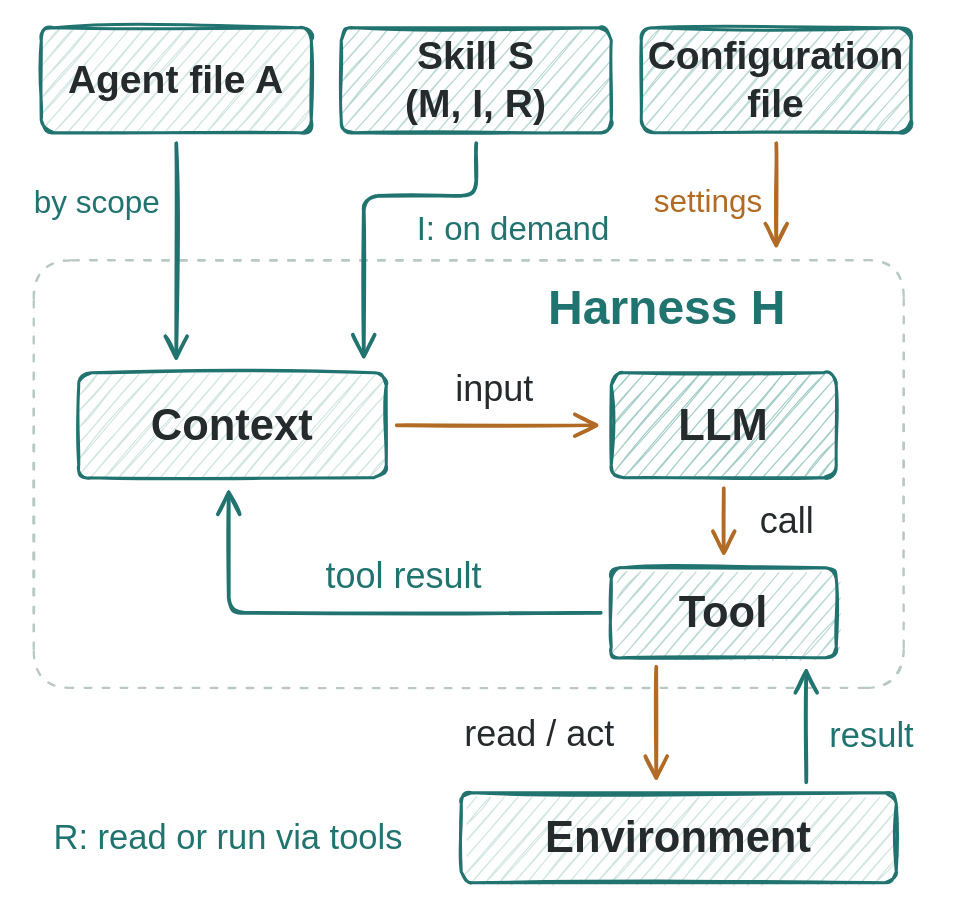
Before: assets/skills_and_harness.drawio in MathisRost/agentic-ai-math, a draw.io diagram. Source tidied: cells renumbered, new cells numbered last; positions are measured from the earlier drawing's top-left corner, leaving out a move shared by most shapes. Both pictures are drawn from the tidied source at 150%, with x=0, y=0 at pixel (26, 27).
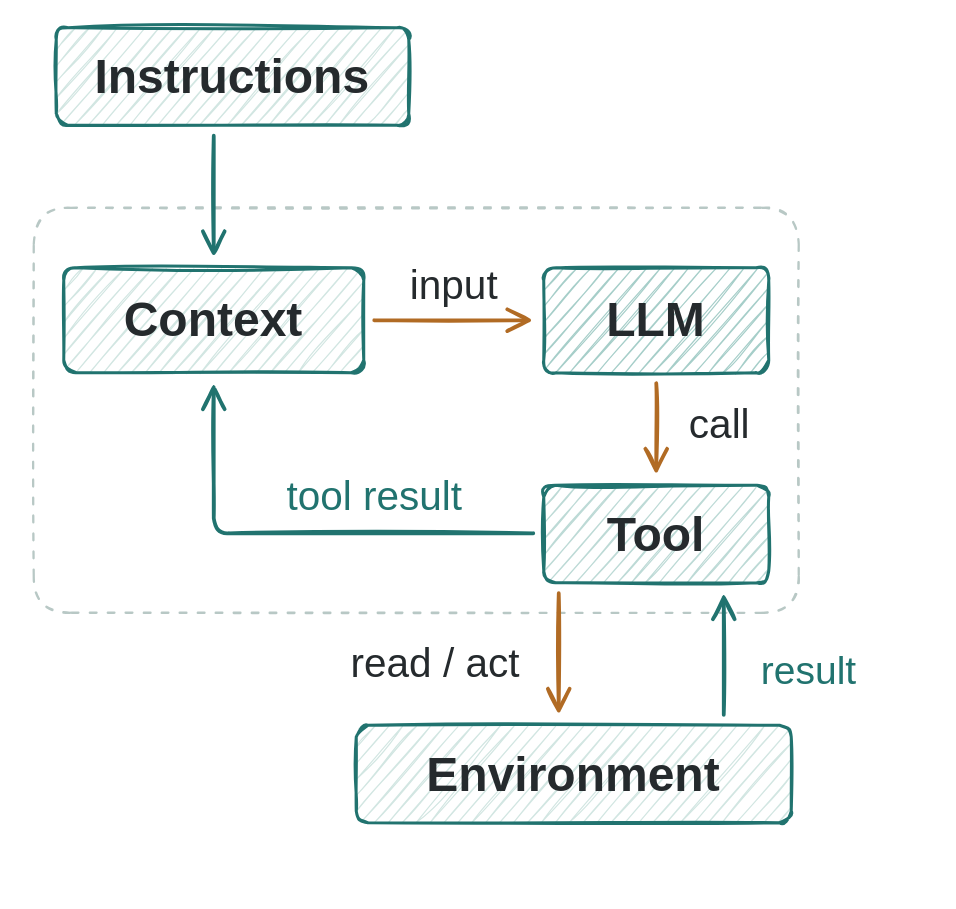
After the change.

What changed in the source:
```diff
@@
-    <mxCell id="2" value="Agent file A" style="rounded=1;arcSize=12;whiteSpace=wrap;html=0;sketch=1;comic=0;jiggle=1.2;strokeWidth=2;fillStyle=hachure;hachureGap=7;fillWeight=0.8;fillColor=#D2E6E2;strokeColor=#21736F;fontColor=#252A2D;fontFamily=Kalam;fontSize=26;fontStyle=1;" parent="1" vertex="1">
-      <mxGeometry x="10" width="180" height="70" as="geometry" />
+    <mxCell id="2" value="Instructions" style="rounded=1;arcSize=12;whiteSpace=wrap;html=0;sketch=1;comic=0;jiggle=1.2;strokeWidth=2;fillStyle=hachure;hachureGap=7;fillWeight=0.8;fillColor=#D2E6E2;strokeColor=#21736F;fontColor=#252A2D;fontFamily=Kalam;fontSize=32;fontStyle=1;" parent="1" vertex="1">
+      <mxGeometry x="20" width="235" height="65" as="geometry" />
     </mxCell>
-    <mxCell id="3" value="Skill S&#10;(M, I, R)" style="rounded=1;arcSize=12;whiteSpace=wrap;html=0;sketch=1;comic=0;jiggle=1.2;strokeWidth=2;fillStyle=hachure;hachureGap=7;fillWeight=0.8;fillColor=#BDDAD6;strokeColor=#21736F;fontColor=#252A2D;fontFamily=Kalam;fontSize=26;fontStyle=1;" parent="1" vertex="1">
-      <mxGeometry x="210" width="180" height="70" as="geometry" />
+    <mxCell id="3" style="rounded=1;arcSize=9;fillColor=none;strokeColor=#B8C8C5;strokeWidth=1.5;dashed=1;dashPattern=3 5;sketch=1;jiggle=0.5;" parent="1" vertex="1">
+      <mxGeometry x="5" y="120" width="510" height="270" as="geometry" />
     </mxCell>
-    <mxCell id="4" value="Configuration&#10;file" style="rounded=1;arcSize=12;whiteSpace=wrap;html=0;sketch=1;comic=0;jiggle=1.2;strokeWidth=2;fillStyle=hachure;hachureGap=7;fillWeight=0.8;fillColor=#BDDAD6;strokeColor=#21736F;fontColor=#252A2D;fontFamily=Kalam;fontSize=26;fontStyle=1;" parent="1" vertex="1">
-      <mxGeometry x="410" width="180" height="70" as="geometry" />
+    <mxCell id="4" value="Context" style="rounded=1;arcSize=12;whiteSpace=wrap;html=0;sketch=1;comic=0;jiggle=1.2;strokeWidth=2;fillStyle=hachure;hachureGap=7;fillWeight=0.8;fillColor=#D2E6E2;strokeColor=#21736F;fontColor=#252A2D;fontFamily=Kalam;fontSize=32;fontStyle=1;" parent="1" vertex="1">
+      <mxGeometry x="25" y="160" width="200" height="70" as="geometry" />
     </mxCell>
-    <mxCell id="5" style="rounded=1;arcSize=9;fillColor=none;strokeColor=#B8C8C5;strokeWidth=1.5;dashed=1;dashPattern=3 5;sketch=1;jiggle=0.5;" parent="1" vertex="1">
-      <mxGeometry x="5" y="155" width="580" height="285" as="geometry" />
+    <mxCell id="5" value="LLM" style="rounded=1;arcSize=12;whiteSpace=wrap;html=0;sketch=1;comic=0;jiggle=1.2;strokeWidth=2;fillStyle=hachure;hachureGap=7;fillWeight=0.8;fillColor=#A6CEC9;strokeColor=#21736F;fontColor=#252A2D;fontFamily=Kalam;fontSize=32;fontStyle=1;" parent="1" vertex="1">
+      <mxGeometry x="345" y="160" width="150" height="70" as="geometry" />
     </mxCell>
-    <mxCell id="6" value="Harness H" style="text;html=0;whiteSpace=wrap;align=center;verticalAlign=middle;fontFamily=Kalam;fontSize=32;fontStyle=1;fontColor=#21736F;strokeColor=none;fillColor=none;" parent="1" vertex="1">
-      <mxGeometry x="290" y="167" width="275" height="40" as="geometry" />
+    <mxCell id="6" value="Tool" style="rounded=1;arcSize=12;whiteSpace=wrap;html=0;sketch=1;comic=0;jiggle=1.2;strokeWidth=2;fillStyle=hachure;hachureGap=7;fillWeight=0.8;fillColor=#BDDAD6;strokeColor=#21736F;fontColor=#252A2D;fontFamily=Kalam;fontSize=32;fontStyle=1;" parent="1" vertex="1">
+      <mxGeometry x="345" y="305" width="150" height="65" as="geometry" />
     </mxCell>
-    <mxCell id="7" value="Context" style="rounded=1;arcSize=12;whiteSpace=wrap;html=0;sketch=1;comic=0;jiggle=1.2;strokeWidth=2;fillStyle=hachure;hachureGap=7;fillWeight=0.8;fillColor=#D2E6E2;strokeColor=#21736F;fontColor=#252A2D;fontFamily=Kalam;fontSize=29;fontStyle=1;" parent="1" vertex="1">
-      <mxGeometry x="35" y="230" width="205" height="70" as="geometry" />
+    <mxCell id="7" style="edgeStyle=none;rounded=1;curved=0;html=0;sketch=1;comic=0;jiggle=0.6;strokeColor=#21736F;strokeWidth=2.5;endArrow=open;endSize=12;endFill=0;dashed=0;" parent="1" edge="1">
+      <mxGeometry relative="1" as="geometry">
+        <mxPoint x="125" y="72" as="sourcePoint" />
+        <mxPoint x="125" y="153" as="targetPoint" />
+      </mxGeometry>
     </mxCell>
-    <mxCell id="8" value="LLM" style="rounded=1;arcSize=12;whiteSpace=wrap;html=0;sketch=1;comic=0;jiggle=1.2;strokeWidth=2;fillStyle=hachure;hachureGap=7;fillWeight=0.8;fillColor=#A6CEC9;strokeColor=#21736F;fontColor=#252A2D;fontFamily=Kalam;fontSize=29;fontStyle=1;" parent="1" vertex="1">
-      <mxGeometry x="390" y="230" width="150" height="70" as="geometry" />
+    <mxCell id="8" style="edgeStyle=none;rounded=1;curved=0;html=0;sketch=1;comic=0;jiggle=0.6;strokeColor=#B16B24;strokeWidth=2.5;endArrow=open;endSize=12;endFill=0;dashed=0;" parent="1" edge="1">
+      <mxGeometry relative="1" as="geometry">
+        <mxPoint x="232" y="195" as="sourcePoint" />
+        <mxPoint x="338" y="195" as="targetPoint" />
+      </mxGeometry>
     </mxCell>
-    <mxCell id="9" value="Tool" style="rounded=1;arcSize=12;whiteSpace=wrap;html=0;sketch=1;comic=0;jiggle=1.2;strokeWidth=2;fillStyle=hachure;hachureGap=7;fillWeight=0.8;fillColor=#BDDAD6;strokeColor=#21736F;fontColor=#252A2D;fontFamily=Kalam;fontSize=29;fontStyle=1;" parent="1" vertex="1">
-      <mxGeometry x="390" y="360" width="150" height="60" as="geometry" />
+    <mxCell id="9" value="input" style="text;html=0;whiteSpace=wrap;align=center;verticalAlign=middle;fontFamily=Kalam;fontSize=27;fontStyle=0;fontColor=#252A2D;strokeColor=none;fillColor=none;" parent="1" vertex="1">
+      <mxGeometry x="239" y="154" width="93" height="35" as="geometry" />
     </mxCell>
-    <mxCell id="10" style="edgeStyle=none;rounded=1;curved=0;html=0;sketch=1;comic=0;jiggle=0.6;strokeColor=#21736F;strokeWidth=2.5;endArrow=open;endSize=12;endFill=0;dashed=0;" parent="1" edge="1">
+    <mxCell id="10" style="edgeStyle=none;rounded=1;curved=0;html=0;sketch=1;comic=0;jiggle=0.6;strokeColor=#B16B24;strokeWidth=2.5;endArrow=open;endSize=12;endFill=0;dashed=0;" parent="1" edge="1">
       <mxGeometry relative="1" as="geometry">
-        <mxPoint x="100" y="77" as="sourcePoint" />
-        <mxPoint x="100" y="223" as="targetPoint" />
+        <mxPoint x="420" y="237" as="sourcePoint" />
+        <mxPoint x="420" y="298" as="targetPoint" />
       </mxGeometry>
     </mxCell>
-    <mxCell id="11" value="by scope" style="text;html=0;whiteSpace=wrap;align=center;verticalAlign=middle;fontFamily=Kalam;fontSize=21;fontStyle=0;fontColor=#21736F;strokeColor=none;fillColor=none;" parent="1" vertex="1">
-      <mxGeometry y="98" width="95" height="35" as="geometry" />
+    <mxCell id="11" value="call" style="text;html=0;whiteSpace=wrap;align=center;verticalAlign=middle;fontFamily=Kalam;fontSize=27;fontStyle=0;fontColor=#252A2D;strokeColor=none;fillColor=none;" parent="1" vertex="1">
+      <mxGeometry x="430" y="247" width="65" height="35" as="geometry" />
     </mxCell>
     <mxCell id="12" style="edgeStyle=none;rounded=1;curved=0;html=0;sketch=1;comic=0;jiggle=0.6;strokeColor=#21736F;strokeWidth=2.5;endArrow=open;endSize=12;endFill=0;dashed=0;" parent="1" edge="1">
       <mxGeometry relative="1" as="geometry">
-        <mxPoint x="300" y="77" as="sourcePoint" />
-        <mxPoint x="225" y="222" as="targetPoint" />
+        <mxPoint x="338" y="337" as="sourcePoint" />
+        <mxPoint x="125" y="237" as="targetPoint" />
         <Array as="points">
-          <mxPoint x="300" y="112" />
-          <mxPoint x="225" y="112" />
+          <mxPoint x="125" y="337" />
         </Array>
       </mxGeometry>
     </mxCell>
-    <mxCell id="13" style="edgeStyle=none;rounded=1;curved=0;html=0;sketch=1;comic=0;jiggle=0.6;strokeColor=#B16B24;strokeWidth=2.5;endArrow=open;endSize=12;endFill=0;dashed=0;" parent="1" edge="1">
-      <mxGeometry relative="1" as="geometry">
-        <mxPoint x="500" y="77" as="sourcePoint" />
-        <mxPoint x="500" y="148" as="targetPoint" />
-      </mxGeometry>
+    <mxCell id="13" value="tool result" style="text;html=0;whiteSpace=wrap;align=center;verticalAlign=middle;fontFamily=Kalam;fontSize=27;fontStyle=0;fontColor=#21736F;strokeColor=none;fillColor=none;" parent="1" vertex="1">
+      <mxGeometry x="140" y="295" width="185" height="35" as="geometry" />
     </mxCell>
-    <mxCell id="14" value="settings" style="text;html=0;whiteSpace=wrap;align=center;verticalAlign=middle;fontFamily=Kalam;fontSize=21;fontStyle=0;fontColor=#B16B24;strokeColor=none;fillColor=none;" parent="1" vertex="1">
-      <mxGeometry x="415" y="100" width="80" height="30" as="geometry" />
+    <mxCell id="14" value="Environment" style="rounded=1;arcSize=12;whiteSpace=wrap;html=0;sketch=1;comic=0;jiggle=1.2;strokeWidth=2;fillStyle=hachure;hachureGap=7;fillWeight=0.8;fillColor=#D2E6E2;strokeColor=#21736F;fontColor=#252A2D;fontFamily=Kalam;fontSize=32;fontStyle=1;" parent="1" vertex="1">
+      <mxGeometry x="220" y="465" width="290" height="65" as="geometry" />
     </mxCell>
-    <mxCell id="15" value="I: on demand" style="text;html=0;whiteSpace=wrap;align=center;verticalAlign=middle;fontFamily=Kalam;fontSize=22;fontStyle=0;fontColor=#21736F;strokeColor=none;fillColor=none;" parent="1" vertex="1">
-      <mxGeometry x="255" y="120" width="140" height="30" as="geometry" />
+    <mxCell id="15" style="edgeStyle=none;rounded=1;curved=0;html=0;sketch=1;comic=0;jiggle=0.6;strokeColor=#B16B24;strokeWidth=2.5;endArrow=open;endSize=12;endFill=0;dashed=0;" parent="1" edge="1">
+      <mxGeometry relative="1" as="geometry">
+        <mxPoint x="355" y="377" as="sourcePoint" />
+        <mxPoint x="355" y="458" as="targetPoint" />
+      </mxGeometry>
     </mxCell>
-    <mxCell id="16" style="edgeStyle=none;rounded=1;curved=0;html=0;sketch=1;comic=0;jiggle=0.6;strokeColor=#B16B24;strokeWidth=2.5;endArrow=open;endSize=12;endFill=0;dashed=0;" parent="1" edge="1">
-      <mxGeometry relative="1" as="geometry">
-        <mxPoint x="247" y="265" as="sourcePoint" />
-        <mxPoint x="383" y="265" as="targetPoint" />
-      </mxGeometry>
+    <mxCell id="16" value="read / act" style="text;html=0;whiteSpace=wrap;align=center;verticalAlign=middle;fontFamily=Kalam;fontSize=27;fontStyle=0;fontColor=#252A2D;strokeColor=none;fillColor=none;" parent="1" vertex="1">
+      <mxGeometry x="198" y="406" width="150" height="35" as="geometry" />
     </mxCell>
-    <mxCell id="17" value="input" style="text;html=0;whiteSpace=wrap;align=center;verticalAlign=middle;fontFamily=Kalam;fontSize=24;fontStyle=0;fontColor=#252A2D;strokeColor=none;fillColor=none;" parent="1" vertex="1">
-      <mxGeometry x="265" y="225" width="95" height="32" as="geometry" />
+    <mxCell id="17" style="edgeStyle=none;rounded=1;curved=0;html=0;sketch=1;comic=0;jiggle=0.6;strokeColor=#21736F;strokeWidth=2.5;endArrow=open;endSize=12;endFill=0;dashed=0;" parent="1" edge="1">
+      <mxGeometry relative="1" as="geometry">
+        <mxPoint x="465" y="458" as="sourcePoint" />
+        <mxPoint x="465" y="377" as="targetPoint" />
+      </mxGeometry>
     </mxCell>
-    <mxCell id="18" style="edgeStyle=none;rounded=1;curved=0;html=0;sketch=1;comic=0;jiggle=0.6;strokeColor=#B16B24;strokeWidth=2.5;endArrow=open;endSize=12;endFill=0;dashed=0;" parent="1" edge="1">
-      <mxGeometry relative="1" as="geometry">
-        <mxPoint x="465" y="307" as="sourcePoint" />
-        <mxPoint x="465" y="353" as="targetPoint" />
-      </mxGeometry>
+    <mxCell id="18" value="result" style="text;html=0;whiteSpace=wrap;align=center;verticalAlign=middle;fontFamily=Kalam;fontSize=26;fontStyle=0;fontColor=#21736F;strokeColor=none;fillColor=none;" parent="1" vertex="1">
+      <mxGeometry x="477" y="411" width="90" height="35" as="geometry" />
     </mxCell>
-    <mxCell id="19" value="call" style="text;html=0;whiteSpace=wrap;align=center;verticalAlign=middle;fontFamily=Kalam;fontSize=24;fontStyle=0;fontColor=#252A2D;strokeColor=none;fillColor=none;" parent="1" vertex="1">
-      <mxGeometry x="475" y="313" width="65" height="32" as="geometry" />
-    </mxCell>
-    <mxCell id="20" style="edgeStyle=none;rounded=1;curved=0;html=0;sketch=1;comic=0;jiggle=0.6;strokeColor=#21736F;strokeWidth=2.5;endArrow=open;endSize=12;endFill=0;dashed=0;" parent="1" edge="1">
-      <mxGeometry relative="1" as="geometry">
-        <mxPoint x="383" y="390" as="sourcePoint" />
-        <mxPoint x="135" y="307" as="targetPoint" />
-        <Array as="points">
-          <mxPoint x="135" y="390" />
-        </Array>
-      </mxGeometry>
-    </mxCell>
-    <mxCell id="21" value="tool result" style="text;html=0;whiteSpace=wrap;align=center;verticalAlign=middle;fontFamily=Kalam;fontSize=24;fontStyle=0;fontColor=#21736F;strokeColor=none;fillColor=none;" parent="1" vertex="1">
-      <mxGeometry x="162" y="350" width="180" height="32" as="geometry" />
-    </mxCell>
-    <mxCell id="22" value="Environment" style="rounded=1;arcSize=12;whiteSpace=wrap;html=0;sketch=1;comic=0;jiggle=1.2;strokeWidth=2;fillStyle=hachure;hachureGap=7;fillWeight=0.8;fillColor=#D2E6E2;strokeColor=#21736F;fontColor=#252A2D;fontFamily=Kalam;fontSize=29;fontStyle=1;" parent="1" vertex="1">
-      <mxGeometry x="290" y="510" width="290" height="60" as="geometry" />
-    </mxCell>
-    <mxCell id="23" style="edgeStyle=none;rounded=1;curved=0;html=0;sketch=1;comic=0;jiggle=0.6;strokeColor=#B16B24;strokeWidth=2.5;endArrow=open;endSize=12;endFill=0;dashed=0;" parent="1" edge="1">
-      <mxGeometry relative="1" as="geometry">
-        <mxPoint x="420" y="426" as="sourcePoint" />
-        <mxPoint x="420" y="503" as="targetPoint" />
-      </mxGeometry>
-    </mxCell>
-    <mxCell id="24" value="read / act" style="text;html=0;whiteSpace=wrap;align=center;verticalAlign=middle;fontFamily=Kalam;fontSize=24;fontStyle=0;fontColor=#252A2D;strokeColor=none;fillColor=none;" parent="1" vertex="1">
-      <mxGeometry x="270" y="455" width="145" height="32" as="geometry" />
-    </mxCell>
-    <mxCell id="25" style="edgeStyle=none;rounded=1;curved=0;html=0;sketch=1;comic=0;jiggle=0.6;strokeColor=#21736F;strokeWidth=2.5;endArrow=open;endSize=12;endFill=0;dashed=0;" parent="1" edge="1">
-      <mxGeometry relative="1" as="geometry">
-        <mxPoint x="520" y="503" as="sourcePoint" />
-        <mxPoint x="520" y="426" as="targetPoint" />
-      </mxGeometry>
-    </mxCell>
-    <mxCell id="26" value="result" style="text;html=0;whiteSpace=wrap;align=center;verticalAlign=middle;fontFamily=Kalam;fontSize=23;fontStyle=0;fontColor=#21736F;strokeColor=none;fillColor=none;" parent="1" vertex="1">
-      <mxGeometry x="525" y="456" width="78" height="32" as="geometry" />
-    </mxCell>
-    <mxCell id="27" value="R: read or run via tools" style="text;html=0;whiteSpace=wrap;align=center;verticalAlign=middle;fontFamily=Kalam;fontSize=23;fontStyle=0;fontColor=#21736F;strokeColor=none;fillColor=none;" parent="1" vertex="1">
-      <mxGeometry x="5" y="520" width="260" height="40" as="geometry" />
-    </mxCell>
```
